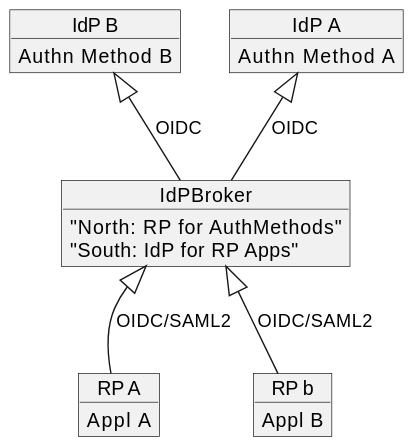
Earlier version of the PlantUML export assets/img/idp-brokering.svg (Olevi-id/ip-idp-documentation). The source it was exported from:
```plantuml
@startuml idp-brokering

object "IdP A" as IdPA
    IdPA : Authn Method A
object "IdP B" as IdPB
    IdPB : Authn Method B
object IdPBroker
    IdPBroker : "North: RP for AuthMethods"
    IdPBroker : "South: IdP for RP Apps"
object "RP A" as RpA
    RpA : Appl A
object "RP b" as RpB
    RpB : Appl B

IdPBroker -u-|> IdPA : OIDC
IdPBroker -u-|> IdPB : OIDC
IdPBroker <|-d- RpA : OIDC/SAML2
IdPBroker <|-d- RpB : OIDC/SAML2

@enduml
```
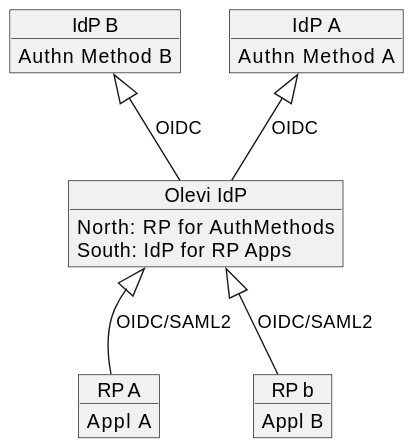
The same diagram one commit later.

The edit, as a diff of the source:
```diff
@@ -4,9 +4,9 @@
     IdPA : Authn Method A
 object "IdP B" as IdPB
     IdPB : Authn Method B
-object IdPBroker
-    IdPBroker : "North: RP for AuthMethods"
-    IdPBroker : "South: IdP for RP Apps"
+object "Olevi IdP" as IdPBroker
+    IdPBroker : North: RP for AuthMethods
+    IdPBroker : South: IdP for RP Apps
 object "RP A" as RpA
     RpA : Appl A
 object "RP b" as RpB
```
